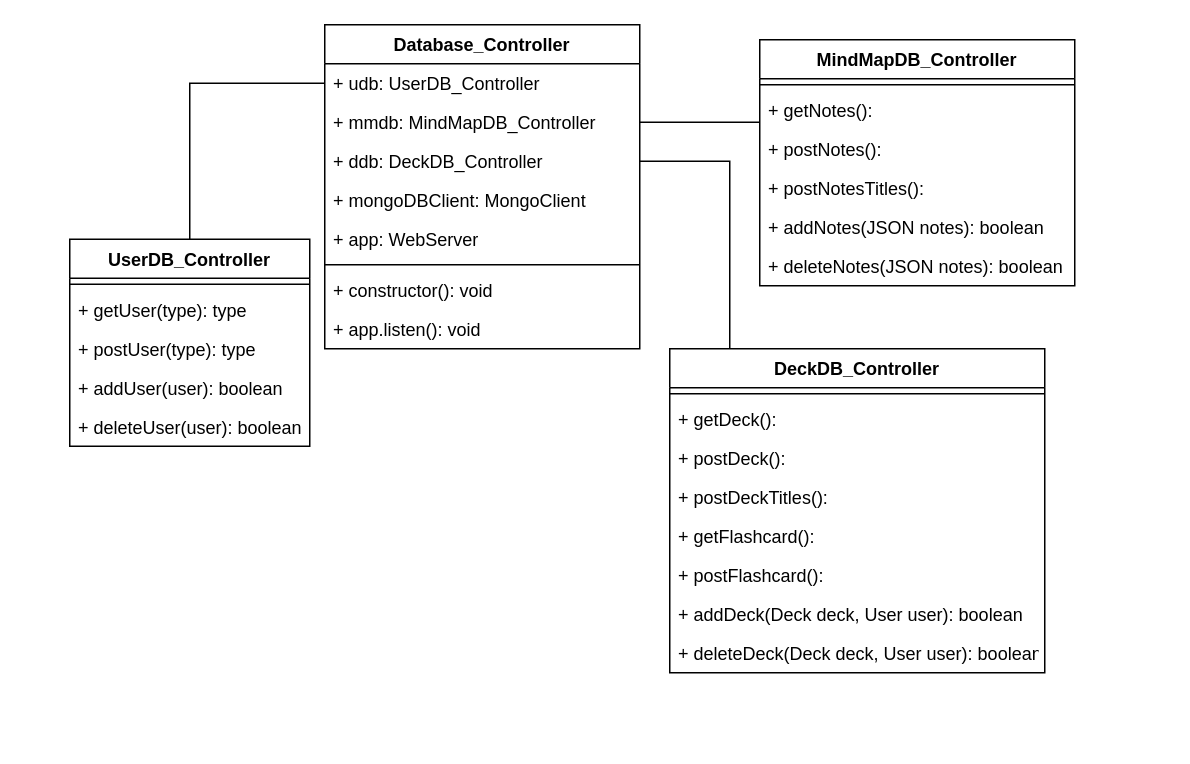
Before: UML_Diagrams/Database_Controller.drawio in kylehackett99/HourWork, a draw.io diagram. Source tidied: cells renumbered, new cells numbered last; positions are measured from the earlier drawing's top-left corner, leaving out a move shared by most shapes. Both pictures are drawn from the tidied source at 150%, with x=0, y=0 at pixel (69, 24).
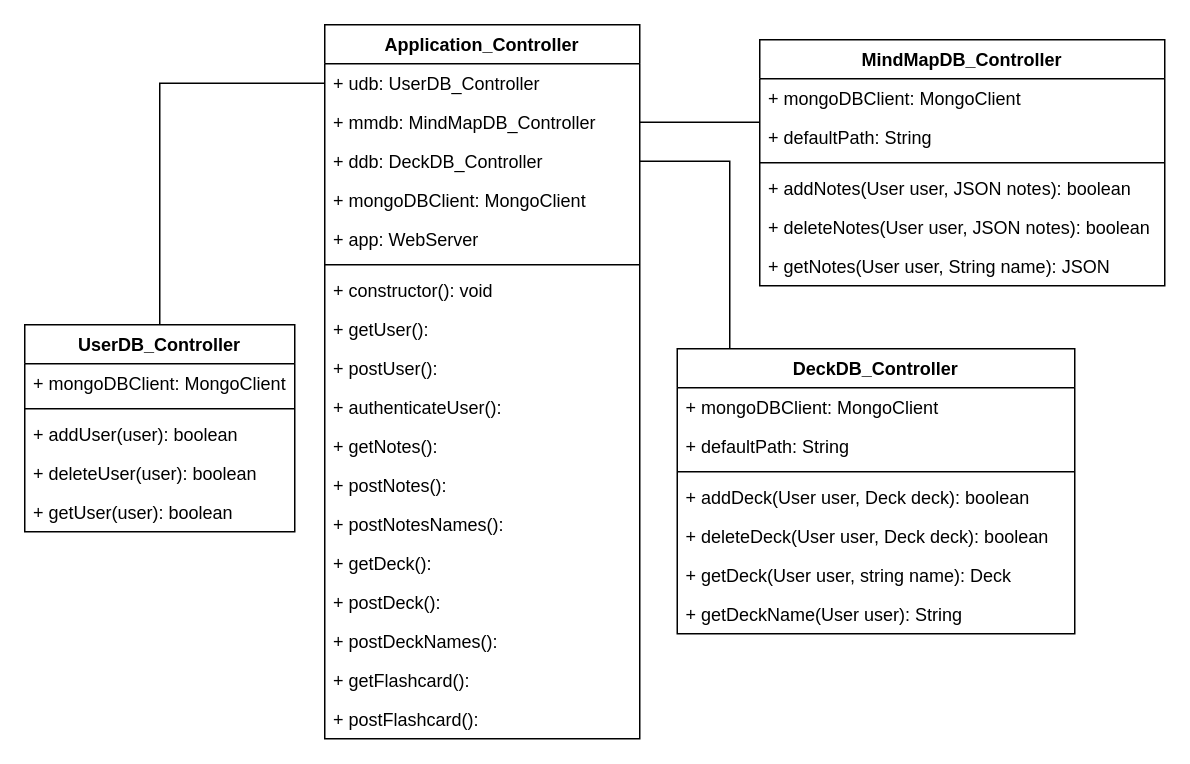
The same page after the edit.

The change refers to these unchanged cells:
```xml
<mxCell id="3" value="+ udb: UserDB_Controller" style="text;strokeColor=none;fillColor=none;align=left;verticalAlign=top;spacingLeft=4;spacingRight=4;overflow=hidden;points=[[0,0.5],[1,0.5]];portConstraint=eastwest;" parent="2" vertex="1">
  <mxGeometry y="26" width="210" height="26" as="geometry" />
</mxCell>
<mxCell id="5" value="+ ddb: DeckDB_Controller" style="text;strokeColor=none;fillColor=none;align=left;verticalAlign=top;spacingLeft=4;spacingRight=4;overflow=hidden;points=[[0,0.5],[1,0.5]];portConstraint=eastwest;" parent="2" vertex="1">
  <mxGeometry y="78" width="210" height="26" as="geometry" />
</mxCell>
```

What changed in the source:
```diff
@@
-    <mxCell id="2" value="Database_Controller" style="swimlane;fontStyle=1;align=center;verticalAlign=top;horizontal=1;startSize=26;" parent="1" vertex="1">
-      <mxGeometry x="170" width="210" height="216" as="geometry" />
+    <mxCell id="2" value="Application_Controller" style="swimlane;fontStyle=1;align=center;verticalAlign=top;horizontal=1;startSize=26;" parent="1" vertex="1">
+      <mxGeometry x="170" width="210" height="476" as="geometry" />
     </mxCell>
@@
-    <mxCell id="10" value="+ app.listen(): void" style="text;strokeColor=none;fillColor=none;align=left;verticalAlign=top;spacingLeft=4;spacingRight=4;overflow=hidden;" parent="2" vertex="1">
-      <mxGeometry y="190" width="210" height="26" as="geometry" />
-    </mxCell>
-    <mxCell id="11" style="edgeStyle=orthogonalEdgeStyle;rounded=0;jettySize=auto;html=1;endArrow=none;endFill=0;" parent="1" edge="1" source="12" target="3">
-      <mxGeometry relative="1" as="geometry" />
-    </mxCell>
-    <mxCell id="12" value="UserDB_Controller" style="swimlane;fontStyle=1;align=center;verticalAlign=top;horizontal=1;startSize=26;" parent="1" vertex="1">
-      <mxGeometry y="143" width="160" height="138" as="geometry" />
-    </mxCell>
-    <mxCell id="13" style="line;strokeWidth=1;fillColor=none;align=left;verticalAlign=middle;spacingTop=-1;spacingLeft=3;spacingRight=3;labelPosition=right;" parent="12" vertex="1">
-      <mxGeometry y="26" width="160" height="8" as="geometry" />
-    </mxCell>
-    <mxCell id="14" value="+ getUser(type): type" style="text;strokeColor=none;fillColor=none;align=left;verticalAlign=top;spacingLeft=4;spacingRight=4;overflow=hidden;" parent="12" vertex="1">
-      <mxGeometry y="34" width="160" height="26" as="geometry" />
+    <mxCell id="14" value="+ getUser(): " style="text;strokeColor=none;fillColor=none;align=left;verticalAlign=top;spacingLeft=4;spacingRight=4;overflow=hidden;" parent="2" vertex="1">
+      <mxGeometry y="190" width="210" height="26" as="geometry" />
     </mxCell>
-    <mxCell id="15" value="+ postUser(type): type" style="text;strokeColor=none;fillColor=none;align=left;verticalAlign=top;spacingLeft=4;spacingRight=4;overflow=hidden;" parent="12" vertex="1">
-      <mxGeometry y="60" width="160" height="26" as="geometry" />
+    <mxCell id="15" value="+ postUser(): " style="text;strokeColor=none;fillColor=none;align=left;verticalAlign=top;spacingLeft=4;spacingRight=4;overflow=hidden;" parent="2" vertex="1">
+      <mxGeometry y="216" width="210" height="26" as="geometry" />
     </mxCell>
-    <mxCell id="16" value="+ addUser(user): boolean" style="text;strokeColor=none;fillColor=none;align=left;verticalAlign=top;spacingLeft=4;spacingRight=4;overflow=hidden;" parent="12" vertex="1">
-      <mxGeometry y="86" width="160" height="26" as="geometry" />
-    </mxCell>
-    <mxCell id="17" value="+ deleteUser(user): boolean" style="text;strokeColor=none;fillColor=none;align=left;verticalAlign=top;spacingLeft=4;spacingRight=4;overflow=hidden;" parent="12" vertex="1">
-      <mxGeometry y="112" width="160" height="26" as="geometry" />
-    </mxCell>
-    <mxCell id="18" style="edgeStyle=orthogonalEdgeStyle;rounded=0;jettySize=auto;html=1;entryX=1;entryY=0.5;entryDx=0;entryDy=0;endArrow=none;endFill=0;" parent="1" edge="1" source="19" target="5">
-      <mxGeometry relative="1" as="geometry">
-        <Array as="points">
-          <mxPoint x="440" y="91" />
-        </Array>
-      </mxGeometry>
-    </mxCell>
-    <mxCell id="19" value="DeckDB_Controller" style="swimlane;fontStyle=1;align=center;verticalAlign=top;horizontal=1;startSize=26;" parent="1" vertex="1">
-      <mxGeometry x="400" y="216" width="250" height="216" as="geometry" />
-    </mxCell>
-    <mxCell id="20" style="line;strokeWidth=1;fillColor=none;align=left;verticalAlign=middle;spacingTop=-1;spacingLeft=3;spacingRight=3;labelPosition=right;" parent="19" vertex="1">
-      <mxGeometry y="26" width="250" height="8" as="geometry" />
-    </mxCell>
+    <mxCell id="36" value="+ authenticateUser(): " style="text;strokeColor=none;fillColor=none;align=left;verticalAlign=top;spacingLeft=4;spacingRight=4;overflow=hidden;" parent="2" vertex="1">
+      <mxGeometry y="242" width="210" height="26" as="geometry" />
+    </mxCell>
+    <mxCell id="31" value="+ getNotes(): " style="text;strokeColor=none;fillColor=none;align=left;verticalAlign=top;spacingLeft=4;spacingRight=4;overflow=hidden;" parent="2" vertex="1">
+      <mxGeometry y="268" width="210" height="26" as="geometry" />
+    </mxCell>
+    <mxCell id="32" value="+ postNotes(): " style="text;strokeColor=none;fillColor=none;align=left;verticalAlign=top;spacingLeft=4;spacingRight=4;overflow=hidden;" parent="2" vertex="1">
+      <mxGeometry y="294" width="210" height="26" as="geometry" />
+    </mxCell>
+    <mxCell id="33" value="+ postNotesNames(): " style="text;strokeColor=none;fillColor=none;align=left;verticalAlign=top;spacingLeft=4;spacingRight=4;overflow=hidden;" parent="2" vertex="1">
+      <mxGeometry y="320" width="210" height="26" as="geometry" />
+    </mxCell>
-    <mxCell id="21" value="+ getDeck(): " style="text;strokeColor=none;fillColor=none;align=left;verticalAlign=top;spacingLeft=4;spacingRight=4;overflow=hidden;" parent="19" vertex="1">
-      <mxGeometry y="34" width="250" height="26" as="geometry" />
+    <mxCell id="21" value="+ getDeck(): " style="text;strokeColor=none;fillColor=none;align=left;verticalAlign=top;spacingLeft=4;spacingRight=4;overflow=hidden;" parent="2" vertex="1">
+      <mxGeometry y="346" width="210" height="26" as="geometry" />
     </mxCell>
-    <mxCell id="22" value="+ postDeck(): " style="text;strokeColor=none;fillColor=none;align=left;verticalAlign=top;spacingLeft=4;spacingRight=4;overflow=hidden;" parent="19" vertex="1">
-      <mxGeometry y="60" width="250" height="26" as="geometry" />
+    <mxCell id="22" value="+ postDeck(): " style="text;strokeColor=none;fillColor=none;align=left;verticalAlign=top;spacingLeft=4;spacingRight=4;overflow=hidden;" parent="2" vertex="1">
+      <mxGeometry y="372" width="210" height="26" as="geometry" />
     </mxCell>
-    <mxCell id="23" value="+ postDeckTitles(): " style="text;strokeColor=none;fillColor=none;align=left;verticalAlign=top;spacingLeft=4;spacingRight=4;overflow=hidden;" parent="19" vertex="1">
-      <mxGeometry y="86" width="250" height="26" as="geometry" />
+    <mxCell id="23" value="+ postDeckNames(): " style="text;strokeColor=none;fillColor=none;align=left;verticalAlign=top;spacingLeft=4;spacingRight=4;overflow=hidden;" parent="2" vertex="1">
+      <mxGeometry y="398" width="210" height="26" as="geometry" />
     </mxCell>
-    <mxCell id="24" value="+ getFlashcard(): " style="text;strokeColor=none;fillColor=none;align=left;verticalAlign=top;spacingLeft=4;spacingRight=4;overflow=hidden;" parent="19" vertex="1">
-      <mxGeometry y="112" width="250" height="26" as="geometry" />
+    <mxCell id="24" value="+ getFlashcard(): " style="text;strokeColor=none;fillColor=none;align=left;verticalAlign=top;spacingLeft=4;spacingRight=4;overflow=hidden;" parent="2" vertex="1">
+      <mxGeometry y="424" width="210" height="26" as="geometry" />
     </mxCell>
-    <mxCell id="25" value="+ postFlashcard(): " style="text;strokeColor=none;fillColor=none;align=left;verticalAlign=top;spacingLeft=4;spacingRight=4;overflow=hidden;" parent="19" vertex="1">
-      <mxGeometry y="138" width="250" height="26" as="geometry" />
+    <mxCell id="25" value="+ postFlashcard(): " style="text;strokeColor=none;fillColor=none;align=left;verticalAlign=top;spacingLeft=4;spacingRight=4;overflow=hidden;" parent="2" vertex="1">
+      <mxGeometry y="450" width="210" height="26" as="geometry" />
     </mxCell>
+    <mxCell id="11" style="edgeStyle=orthogonalEdgeStyle;rounded=0;jettySize=auto;html=1;endArrow=none;endFill=0;" parent="1" edge="1" source="12" target="3">
+      <mxGeometry relative="1" as="geometry" />
+    </mxCell>
+    <mxCell id="12" value="UserDB_Controller" style="swimlane;fontStyle=1;align=center;verticalAlign=top;horizontal=1;startSize=26;" parent="1" vertex="1">
+      <mxGeometry x="-30" y="200" width="180" height="138" as="geometry" />
+    </mxCell>
+    <mxCell id="37" value="+ mongoDBClient: MongoClient" style="text;strokeColor=none;fillColor=none;align=left;verticalAlign=top;spacingLeft=4;spacingRight=4;overflow=hidden;" parent="12" vertex="1">
+      <mxGeometry y="26" width="180" height="26" as="geometry" />
+    </mxCell>
+    <mxCell id="13" style="line;strokeWidth=1;fillColor=none;align=left;verticalAlign=middle;spacingTop=-1;spacingLeft=3;spacingRight=3;labelPosition=right;" parent="12" vertex="1">
+      <mxGeometry y="52" width="180" height="8" as="geometry" />
+    </mxCell>
+    <mxCell id="16" value="+ addUser(user): boolean" style="text;strokeColor=none;fillColor=none;align=left;verticalAlign=top;spacingLeft=4;spacingRight=4;overflow=hidden;" parent="12" vertex="1">
+      <mxGeometry y="60" width="180" height="26" as="geometry" />
+    </mxCell>
+    <mxCell id="17" value="+ deleteUser(user): boolean" style="text;strokeColor=none;fillColor=none;align=left;verticalAlign=top;spacingLeft=4;spacingRight=4;overflow=hidden;" parent="12" vertex="1">
+      <mxGeometry y="86" width="180" height="26" as="geometry" />
+    </mxCell>
+    <mxCell id="38" value="+ getUser(user): boolean" style="text;strokeColor=none;fillColor=none;align=left;verticalAlign=top;spacingLeft=4;spacingRight=4;overflow=hidden;" parent="12" vertex="1">
+      <mxGeometry y="112" width="180" height="26" as="geometry" />
+    </mxCell>
+    <mxCell id="18" style="edgeStyle=orthogonalEdgeStyle;rounded=0;jettySize=auto;html=1;entryX=1;entryY=0.5;entryDx=0;entryDy=0;endArrow=none;endFill=0;" parent="1" edge="1" source="19" target="5">
+      <mxGeometry relative="1" as="geometry">
+        <Array as="points">
+          <mxPoint x="440" y="91" />
+        </Array>
+      </mxGeometry>
+    </mxCell>
+    <mxCell id="19" value="DeckDB_Controller" style="swimlane;fontStyle=1;align=center;verticalAlign=top;horizontal=1;startSize=26;" parent="1" vertex="1">
+      <mxGeometry x="405" y="216" width="265" height="190" as="geometry" />
+    </mxCell>
+    <mxCell id="39" value="+ mongoDBClient: MongoClient" style="text;strokeColor=none;fillColor=none;align=left;verticalAlign=top;spacingLeft=4;spacingRight=4;overflow=hidden;" parent="19" vertex="1">
+      <mxGeometry y="26" width="265" height="26" as="geometry" />
+    </mxCell>
+    <mxCell id="40" value="+ defaultPath: String" style="text;strokeColor=none;fillColor=none;align=left;verticalAlign=top;spacingLeft=4;spacingRight=4;overflow=hidden;" parent="19" vertex="1">
+      <mxGeometry y="52" width="265" height="26" as="geometry" />
+    </mxCell>
+    <mxCell id="20" style="line;strokeWidth=1;fillColor=none;align=left;verticalAlign=middle;spacingTop=-1;spacingLeft=3;spacingRight=3;labelPosition=right;" parent="19" vertex="1">
+      <mxGeometry y="78" width="265" height="8" as="geometry" />
+    </mxCell>
-    <mxCell id="26" value="+ addDeck(Deck deck, User user): boolean " style="text;strokeColor=none;fillColor=none;align=left;verticalAlign=top;spacingLeft=4;spacingRight=4;overflow=hidden;" parent="19" vertex="1">
-      <mxGeometry y="164" width="250" height="26" as="geometry" />
+    <mxCell id="26" value="+ addDeck(User user, Deck deck): boolean " style="text;strokeColor=none;fillColor=none;align=left;verticalAlign=top;spacingLeft=4;spacingRight=4;overflow=hidden;" parent="19" vertex="1">
+      <mxGeometry y="86" width="265" height="26" as="geometry" />
     </mxCell>
-    <mxCell id="27" value="+ deleteDeck(Deck deck, User user): boolean " style="text;strokeColor=none;fillColor=none;align=left;verticalAlign=top;spacingLeft=4;spacingRight=4;overflow=hidden;" parent="19" vertex="1">
-      <mxGeometry y="190" width="250" height="26" as="geometry" />
+    <mxCell id="27" value="+ deleteDeck(User user, Deck deck): boolean " style="text;strokeColor=none;fillColor=none;align=left;verticalAlign=top;spacingLeft=4;spacingRight=4;overflow=hidden;" parent="19" vertex="1">
+      <mxGeometry y="112" width="265" height="26" as="geometry" />
     </mxCell>
+    <mxCell id="41" value="+ getDeck(User user, string name): Deck " style="text;strokeColor=none;fillColor=none;align=left;verticalAlign=top;spacingLeft=4;spacingRight=4;overflow=hidden;" parent="19" vertex="1">
+      <mxGeometry y="138" width="265" height="26" as="geometry" />
+    </mxCell>
+    <mxCell id="42" value="+ getDeckName(User user): String " style="text;strokeColor=none;fillColor=none;align=left;verticalAlign=top;spacingLeft=4;spacingRight=4;overflow=hidden;" parent="19" vertex="1">
+      <mxGeometry y="164" width="265" height="26" as="geometry" />
+    </mxCell>
@@
     <mxCell id="29" value="MindMapDB_Controller" style="swimlane;fontStyle=1;align=center;verticalAlign=top;horizontal=1;startSize=26;" parent="1" vertex="1">
-      <mxGeometry x="460" y="10" width="210" height="164" as="geometry" />
+      <mxGeometry x="460" y="10" width="270" height="164" as="geometry" />
     </mxCell>
+    <mxCell id="43" value="+ mongoDBClient: MongoClient" style="text;strokeColor=none;fillColor=none;align=left;verticalAlign=top;spacingLeft=4;spacingRight=4;overflow=hidden;" parent="29" vertex="1">
+      <mxGeometry y="26" width="270" height="26" as="geometry" />
+    </mxCell>
+    <mxCell id="44" value="+ defaultPath: String" style="text;strokeColor=none;fillColor=none;align=left;verticalAlign=top;spacingLeft=4;spacingRight=4;overflow=hidden;" parent="29" vertex="1">
+      <mxGeometry y="52" width="270" height="26" as="geometry" />
+    </mxCell>
     <mxCell id="30" style="line;strokeWidth=1;fillColor=none;align=left;verticalAlign=middle;spacingTop=-1;spacingLeft=3;spacingRight=3;labelPosition=right;" parent="29" vertex="1">
-      <mxGeometry y="26" width="210" height="8" as="geometry" />
+      <mxGeometry y="78" width="270" height="8" as="geometry" />
     </mxCell>
-    <mxCell id="31" value="+ getNotes(): " style="text;strokeColor=none;fillColor=none;align=left;verticalAlign=top;spacingLeft=4;spacingRight=4;overflow=hidden;" parent="29" vertex="1">
-      <mxGeometry y="34" width="210" height="26" as="geometry" />
-    </mxCell>
-    <mxCell id="32" value="+ postNotes(): " style="text;strokeColor=none;fillColor=none;align=left;verticalAlign=top;spacingLeft=4;spacingRight=4;overflow=hidden;" parent="29" vertex="1">
-      <mxGeometry y="60" width="210" height="26" as="geometry" />
-    </mxCell>
-    <mxCell id="33" value="+ postNotesTitles(): " style="text;strokeColor=none;fillColor=none;align=left;verticalAlign=top;spacingLeft=4;spacingRight=4;overflow=hidden;" parent="29" vertex="1">
-      <mxGeometry y="86" width="210" height="26" as="geometry" />
-    </mxCell>
-    <mxCell id="34" value="+ addNotes(JSON notes): boolean " style="text;strokeColor=none;fillColor=none;align=left;verticalAlign=top;spacingLeft=4;spacingRight=4;overflow=hidden;" parent="29" vertex="1">
-      <mxGeometry y="112" width="210" height="26" as="geometry" />
+    <mxCell id="34" value="+ addNotes(User user, JSON notes): boolean " style="text;strokeColor=none;fillColor=none;align=left;verticalAlign=top;spacingLeft=4;spacingRight=4;overflow=hidden;" parent="29" vertex="1">
+      <mxGeometry y="86" width="270" height="26" as="geometry" />
     </mxCell>
-    <mxCell id="35" value="+ deleteNotes(JSON notes): boolean " style="text;strokeColor=none;fillColor=none;align=left;verticalAlign=top;spacingLeft=4;spacingRight=4;overflow=hidden;" parent="29" vertex="1">
-      <mxGeometry y="138" width="210" height="26" as="geometry" />
+    <mxCell id="35" value="+ deleteNotes(User user, JSON notes): boolean " style="text;strokeColor=none;fillColor=none;align=left;verticalAlign=top;spacingLeft=4;spacingRight=4;overflow=hidden;" parent="29" vertex="1">
+      <mxGeometry y="112" width="270" height="26" as="geometry" />
     </mxCell>
+    <mxCell id="45" value="+ getNotes(User user, String name): JSON " style="text;strokeColor=none;fillColor=none;align=left;verticalAlign=top;spacingLeft=4;spacingRight=4;overflow=hidden;" parent="29" vertex="1">
+      <mxGeometry y="138" width="270" height="26" as="geometry" />
+    </mxCell>
```
